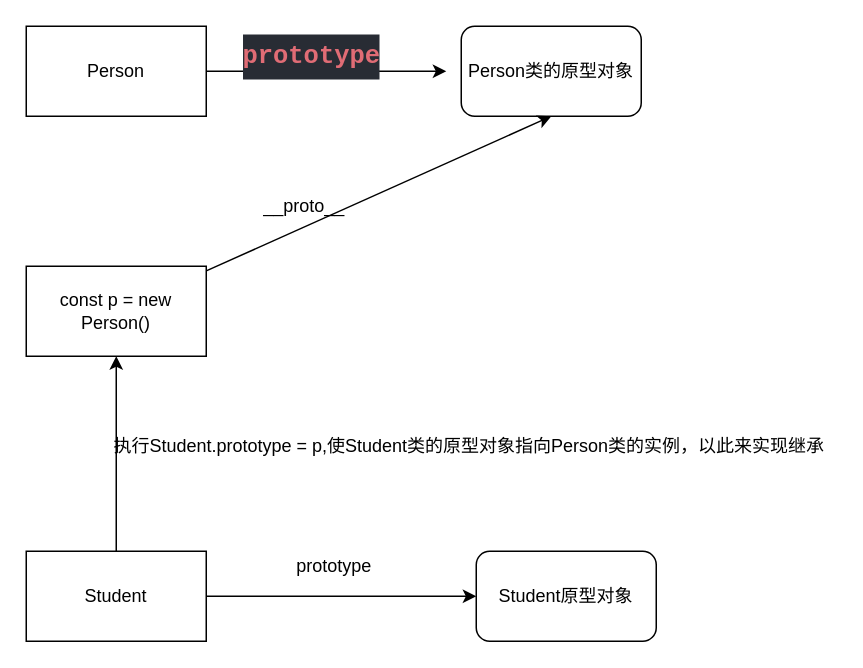
The draw.io diagram 03_ES5面向对象和原型/01_通过中间对象实现继承方法.drawio in HjiaXing97/AdvancedLearning, before the edit. Source tidied: cells renumbered, new cells numbered last; positions are measured from the earlier drawing's top-left corner, leaving out a move shared by most shapes. Both pictures are drawn from the tidied source at 150%, with x=0, y=0 at pixel (26, 26).
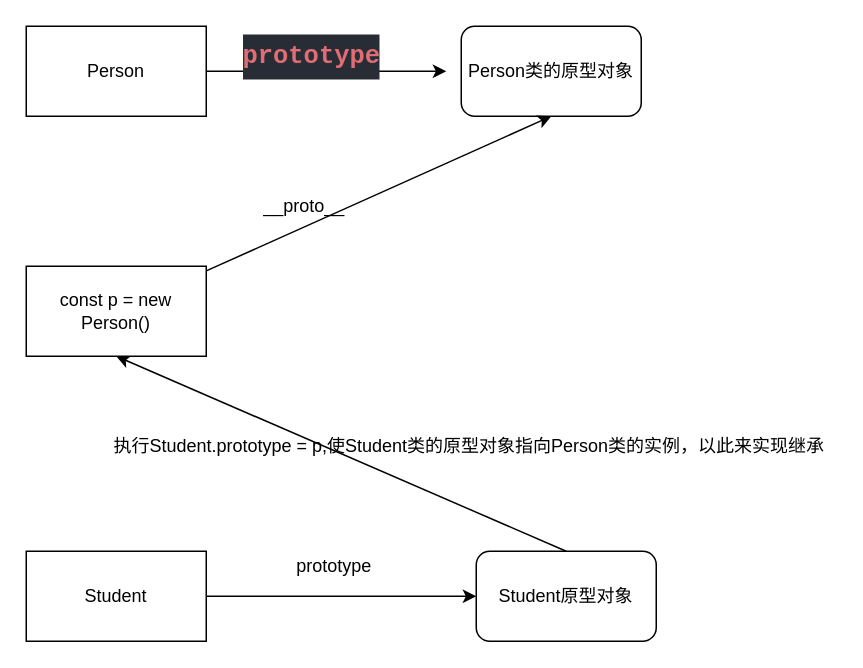
The same diagram, later.

Change to the diagram source:
```diff
@@
 <mxGraphModel>
   <root>
     <mxCell id="0" />
     <mxCell id="1" parent="0" />
     <mxCell id="2" style="edgeStyle=none;html=1;" parent="1" edge="1" source="3">
       <mxGeometry relative="1" as="geometry">
         <mxPoint x="280" y="30" as="targetPoint" />
       </mxGeometry>
     </mxCell>
     <mxCell id="3" value="Person" style="rounded=0;whiteSpace=wrap;html=1;" parent="1" vertex="1">
       <mxGeometry width="120" height="60" as="geometry" />
     </mxCell>
     <mxCell id="4" value="Person类的原型对象" style="rounded=1;whiteSpace=wrap;html=1;" parent="1" vertex="1">
       <mxGeometry x="290" width="120" height="60" as="geometry" />
     </mxCell>
     <mxCell id="5" value="&lt;div style=&quot;color: rgb(171 , 178 , 191) ; background-color: rgb(40 , 44 , 52) ; font-family: &amp;#34;consolas&amp;#34; , &amp;#34;courier new&amp;#34; , monospace ; font-weight: 800 ; font-size: 17px ; line-height: 30px&quot;&gt;&lt;span style=&quot;color: #e06c75&quot;&gt;prototype&lt;/span&gt;&lt;/div&gt;" style="text;html=1;align=center;verticalAlign=middle;strokeColor=none;fillColor=none;" parent="1" vertex="1">
       <mxGeometry x="140" width="100" height="40" as="geometry" />
     </mxCell>
     <mxCell id="6" style="edgeStyle=none;html=1;" parent="1" edge="1" source="8" target="9">
       <mxGeometry relative="1" as="geometry" />
     </mxCell>
-    <mxCell id="7" style="edgeStyle=none;html=1;exitX=0.5;exitY=0;exitDx=0;exitDy=0;entryX=0.5;entryY=1;entryDx=0;entryDy=0;" parent="1" edge="1" source="8" target="12">
+    <mxCell id="7" style="edgeStyle=none;html=1;exitX=0.5;exitY=0;exitDx=0;exitDy=0;entryX=0.5;entryY=1;entryDx=0;entryDy=0;" parent="1" edge="1" source="9" target="12">
       <mxGeometry relative="1" as="geometry" />
     </mxCell>
     <mxCell id="8" value="Student" style="rounded=0;whiteSpace=wrap;html=1;" parent="1" vertex="1">
       <mxGeometry y="350" width="120" height="60" as="geometry" />
     </mxCell>
     <mxCell id="9" value="Student原型对象" style="rounded=1;whiteSpace=wrap;html=1;" parent="1" vertex="1">
       <mxGeometry x="300" y="350" width="120" height="60" as="geometry" />
     </mxCell>
     <mxCell id="10" value="prototype" style="text;html=1;align=center;verticalAlign=middle;strokeColor=none;fillColor=none;" parent="1" vertex="1">
       <mxGeometry x="170" y="350" width="70" height="20" as="geometry" />
     </mxCell>
     <mxCell id="11" style="edgeStyle=none;html=1;entryX=0.5;entryY=1;entryDx=0;entryDy=0;" parent="1" edge="1" source="12" target="4">
       <mxGeometry relative="1" as="geometry" />
     </mxCell>
     <mxCell id="12" value="const p = new Person()" style="rounded=0;whiteSpace=wrap;html=1;" parent="1" vertex="1">
       <mxGeometry y="160" width="120" height="60" as="geometry" />
     </mxCell>
     <mxCell id="13" value="__proto__" style="text;html=1;align=center;verticalAlign=middle;strokeColor=none;fillColor=none;" parent="1" vertex="1">
       <mxGeometry x="150" y="110" width="70" height="20" as="geometry" />
     </mxCell>
     <mxCell id="14" value="执行Student.prototype = p,使Student类的原型对象指向Person类的实例，以此来实现继承" style="text;html=1;align=center;verticalAlign=middle;strokeColor=none;fillColor=none;" parent="1" vertex="1">
       <mxGeometry x="50" y="270" width="490" height="20" as="geometry" />
     </mxCell>
   </root>
 </mxGraphModel>
```
